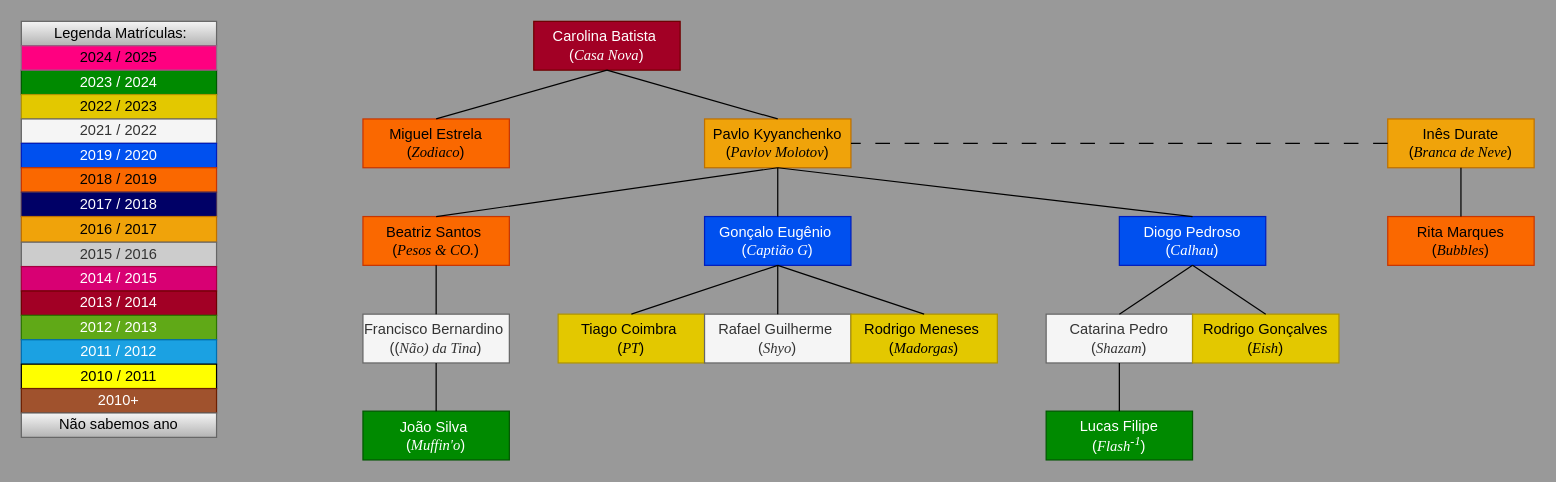
Above: Draw.io/Familia_da_Carolina_Batista.drawio in pdmtmr/PDMTMRTESTLOCATION-AKA-ARBUSTO (draw.io), before the change. Source tidied: cells renumbered, new cells numbered last; positions are measured from the earlier drawing's top-left corner, leaving out a move shared by most shapes. Both pictures are drawn from the tidied source at 122%, with x=0, y=0 at pixel (21, 21).
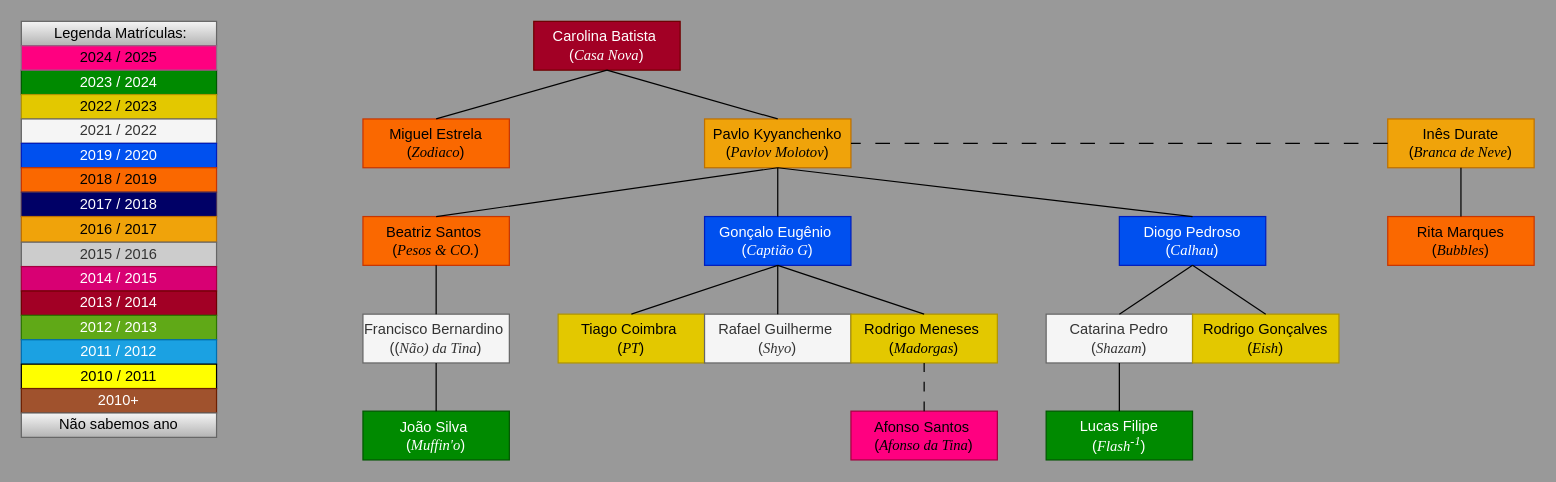
After the change.

Unchanged cells that the change refers to:
```xml
<mxCell id="9" value="&lt;div&gt;Rodrigo Meneses&amp;nbsp;&lt;/div&gt;&lt;div&gt;(&lt;font face=&quot;Times New Roman&quot;&gt;&lt;i&gt;Madorgas&lt;/i&gt;&lt;/font&gt;)&lt;/div&gt;" style="rounded=0;whiteSpace=wrap;html=1;fillColor=#e3c800;fontColor=#000000;strokeColor=#B09500;" parent="1" vertex="1">
  <mxGeometry x="680" y="240" width="120" height="40" as="geometry" />
</mxCell>
```

What changed in the source:
```diff
@@
+    <mxCell id="50" value="&lt;div&gt;&lt;/div&gt;&lt;div&gt;Afonso Santos&amp;nbsp;&lt;br&gt;(&lt;i&gt;&lt;font face=&quot;Times New Roman&quot;&gt;Afonso da Tina&lt;/font&gt;&lt;/i&gt;)&lt;/div&gt;" style="rounded=0;whiteSpace=wrap;html=1;fillColor=#FF0080;fontColor=#000000;strokeColor=#A50040;" parent="1" vertex="1">
+      <mxGeometry x="680" y="319.5" width="120" height="40" as="geometry" />
+    </mxCell>
+    <mxCell id="51" style="endArrow=none;html=1;rounded=0;exitX=0.5;exitY=0;exitDx=0;exitDy=0;dashed=1;dashPattern=8 8;entryX=0.5;entryY=1;entryDx=0;entryDy=0;" parent="1" edge="1" source="50" target="9">
+      <mxGeometry relative="1" as="geometry" />
+    </mxCell>
```
